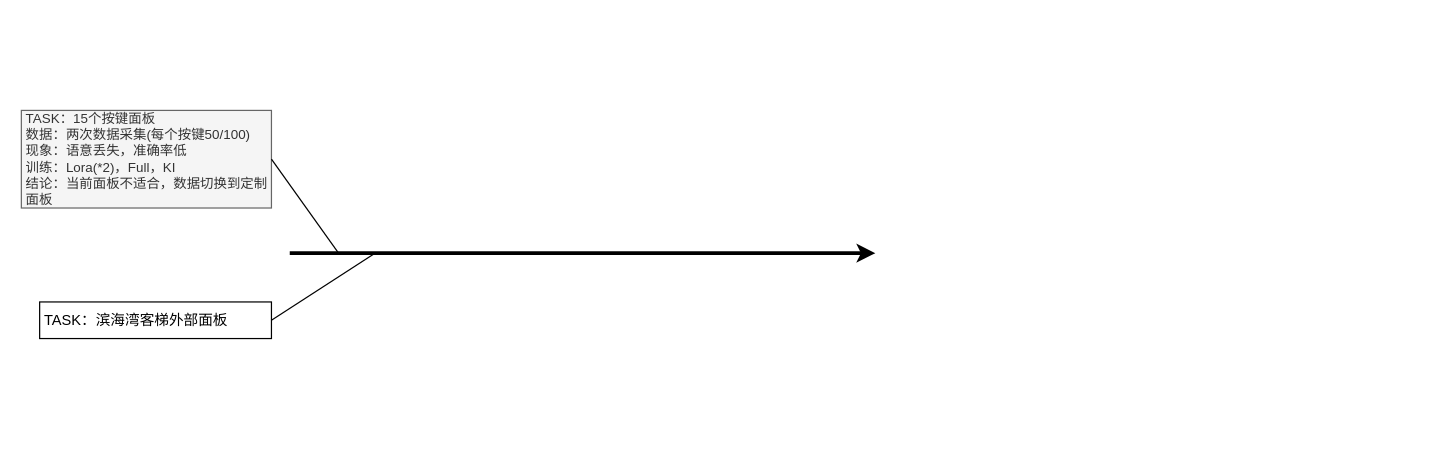
mailonghua/drawio keeps this draw.io diagram as LLM/VLA/VLA-电梯按键场景.drawio. Above is the earlier version. Source tidied: cells renumbered, new cells numbered last; positions are measured from the earlier drawing's top-left corner, leaving out a move shared by most shapes. Both pictures are drawn from the tidied source at 122%, with x=0, y=0 at pixel (21, 110).
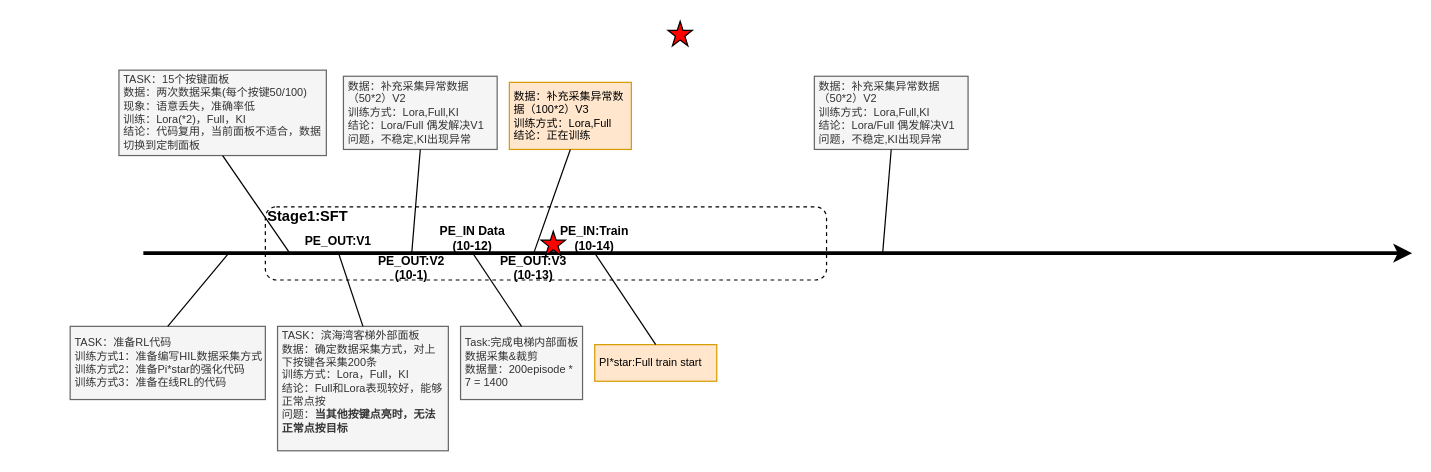
The same page after the edit.

Commit message (it also covers changes not shown here):
更新VLA-电梯按键场景.drawio

Diff of the diagram source:
```diff
@@
+    <mxCell id="7" style="rounded=1;whiteSpace=wrap;html=1;dashed=1;" parent="1" vertex="1">
+      <mxGeometry x="200" y="79" width="460" height="60" as="geometry" />
+    </mxCell>
     <mxCell id="2" style="endArrow=classic;html=1;rounded=0;curved=1;strokeWidth=3;" parent="1" edge="1">
       <mxGeometry relative="1" as="geometry">
-        <mxPoint x="220" y="117" as="sourcePoint" />
-        <mxPoint x="700" y="117" as="targetPoint" />
+        <mxPoint x="100" y="117" as="sourcePoint" />
+        <mxPoint x="1140" y="117" as="targetPoint" />
       </mxGeometry>
     </mxCell>
-    <mxCell id="3" value="TASK：滨海湾客梯外部面板" style="whiteSpace=wrap;html=1;rounded=0;arcSize=50;align=left;verticalAlign=middle;strokeWidth=1;spacing=4;newEdgeStyle={&quot;edgeStyle&quot;:&quot;entityRelationEdgeStyle&quot;,&quot;startArrow&quot;:&quot;none&quot;,&quot;endArrow&quot;:&quot;none&quot;,&quot;segment&quot;:10,&quot;curved&quot;:1,&quot;sourcePerimeterSpacing&quot;:0,&quot;targetPerimeterSpacing&quot;:0};" parent="1" vertex="1">
-      <mxGeometry x="15" y="157" width="190" height="30" as="geometry" />
+    <mxCell id="3" value="TASK：滨海湾客梯外部面板&lt;br&gt;数据：确定数据采集方式，对上下按键各采集200条&lt;br&gt;训练方式：Lora，Full，KI&lt;br&gt;结论：Full和Lora表现较好，能够正常点按&lt;br&gt;问题：&lt;b&gt;当其他按键点亮时，无法正常点按目标&lt;/b&gt;&lt;br&gt;&lt;div&gt;&lt;br&gt;&lt;/div&gt;" style="whiteSpace=wrap;html=1;rounded=0;arcSize=50;align=left;verticalAlign=middle;strokeWidth=1;spacing=4;newEdgeStyle={&quot;edgeStyle&quot;:&quot;entityRelationEdgeStyle&quot;,&quot;startArrow&quot;:&quot;none&quot;,&quot;endArrow&quot;:&quot;none&quot;,&quot;segment&quot;:10,&quot;curved&quot;:1,&quot;sourcePerimeterSpacing&quot;:0,&quot;targetPerimeterSpacing&quot;:0};fillColor=#f5f5f5;fontColor=#333333;strokeColor=#666666;fontSize=9;" parent="1" vertex="1">
+      <mxGeometry x="210" y="177" width="140" height="102" as="geometry" />
     </mxCell>
-    <mxCell id="4" style="startArrow=none;endArrow=none;segment=10;sourcePerimeterSpacing=0;targetPerimeterSpacing=0;rounded=0;entryX=1;entryY=0.5;entryDx=0;entryDy=0;" parent="1" edge="1" target="3">
+    <mxCell id="4" style="startArrow=none;endArrow=none;segment=10;sourcePerimeterSpacing=0;targetPerimeterSpacing=0;rounded=0;entryX=0.5;entryY=0;entryDx=0;entryDy=0;" parent="1" edge="1" target="3">
       <mxGeometry relative="1" as="geometry">
-        <mxPoint x="290" y="117" as="sourcePoint" />
+        <mxPoint x="260" y="117" as="sourcePoint" />
       </mxGeometry>
     </mxCell>
-    <mxCell id="5" value="TASK：15个按键面板&lt;br&gt;数据：两次数据采集(每个按键50/100)&lt;br&gt;现象：语意丢失，准确率低&lt;br&gt;训练：Lora(*2)，Full，KI&lt;br&gt;结论：当前面板不适合，数据切换到定制面板" style="whiteSpace=wrap;html=1;rounded=0;arcSize=50;align=left;verticalAlign=middle;strokeWidth=1;spacing=4;newEdgeStyle={&quot;edgeStyle&quot;:&quot;entityRelationEdgeStyle&quot;,&quot;startArrow&quot;:&quot;none&quot;,&quot;endArrow&quot;:&quot;none&quot;,&quot;segment&quot;:10,&quot;curved&quot;:1,&quot;sourcePerimeterSpacing&quot;:0,&quot;targetPerimeterSpacing&quot;:0};fontSize=11;fillColor=#f5f5f5;fontColor=#333333;strokeColor=#666666;" parent="1" vertex="1">
-      <mxGeometry width="205" height="80" as="geometry" />
+    <mxCell id="5" value="TASK：15个按键面板&lt;br&gt;数据：两次数据采集(每个按键50/100)&lt;br&gt;现象：语意丢失，准确率低&lt;br&gt;训练：Lora(*2)，Full，KI&lt;br&gt;结论：代码复用，当前面板不适合，数据切换到定制面板" style="whiteSpace=wrap;html=1;rounded=0;arcSize=50;align=left;verticalAlign=middle;strokeWidth=1;spacing=4;newEdgeStyle={&quot;edgeStyle&quot;:&quot;entityRelationEdgeStyle&quot;,&quot;startArrow&quot;:&quot;none&quot;,&quot;endArrow&quot;:&quot;none&quot;,&quot;segment&quot;:10,&quot;curved&quot;:1,&quot;sourcePerimeterSpacing&quot;:0,&quot;targetPerimeterSpacing&quot;:0};fontSize=9;fillColor=#f5f5f5;fontColor=#333333;strokeColor=#666666;" parent="1" vertex="1">
+      <mxGeometry x="80" y="-33" width="170" height="70" as="geometry" />
     </mxCell>
-    <mxCell id="6" style="startArrow=none;endArrow=none;segment=10;sourcePerimeterSpacing=0;targetPerimeterSpacing=0;rounded=0;entryX=1;entryY=0.5;entryDx=0;entryDy=0;" parent="1" edge="1" target="5">
+    <mxCell id="6" style="startArrow=none;endArrow=none;segment=10;sourcePerimeterSpacing=0;targetPerimeterSpacing=0;rounded=0;entryX=0.5;entryY=1;entryDx=0;entryDy=0;" parent="1" edge="1" target="5">
       <mxGeometry relative="1" as="geometry">
-        <mxPoint x="260" y="117" as="sourcePoint" />
+        <mxPoint x="220" y="117" as="sourcePoint" />
       </mxGeometry>
     </mxCell>
+    <mxCell id="8" value="TASK：准备RL代码&lt;br&gt;训练方式1：准备编写HIL数据采集方式&lt;br&gt;训练方式2：准备Pi*star的强化代码&lt;br&gt;训练方式3：准备在线RL的代码" style="whiteSpace=wrap;html=1;rounded=0;arcSize=50;align=left;verticalAlign=middle;strokeWidth=1;spacing=4;newEdgeStyle={&quot;edgeStyle&quot;:&quot;entityRelationEdgeStyle&quot;,&quot;startArrow&quot;:&quot;none&quot;,&quot;endArrow&quot;:&quot;none&quot;,&quot;segment&quot;:10,&quot;curved&quot;:1,&quot;sourcePerimeterSpacing&quot;:0,&quot;targetPerimeterSpacing&quot;:0};fillColor=#f5f5f5;fontColor=#333333;strokeColor=#666666;fontSize=9;" parent="1" vertex="1">
+      <mxGeometry x="40" y="177" width="160" height="60" as="geometry" />
+    </mxCell>
+    <mxCell id="9" style="startArrow=none;endArrow=none;segment=10;sourcePerimeterSpacing=0;targetPerimeterSpacing=0;rounded=0;entryX=0.5;entryY=0;entryDx=0;entryDy=0;" parent="1" edge="1" target="8">
+      <mxGeometry relative="1" as="geometry">
+        <mxPoint x="170" y="117" as="sourcePoint" />
+      </mxGeometry>
+    </mxCell>
+    <mxCell id="10" value="PE_OUT:V1" style="text;html=1;whiteSpace=wrap;strokeColor=none;fillColor=none;align=center;verticalAlign=middle;rounded=0;fontSize=10;fontStyle=1;" parent="1" vertex="1">
+      <mxGeometry x="230" y="97" width="60" height="20" as="geometry" />
+    </mxCell>
+    <mxCell id="11" value="数据：补充采集异常数据（50*2）V2&lt;br&gt;训练方式：Lora,Full,KI&lt;br&gt;结论：Lora/Full 偶发解决V1问题，不稳定,KI出现异常" style="whiteSpace=wrap;html=1;rounded=0;arcSize=50;align=left;verticalAlign=middle;strokeWidth=1;spacing=4;newEdgeStyle={&quot;edgeStyle&quot;:&quot;entityRelationEdgeStyle&quot;,&quot;startArrow&quot;:&quot;none&quot;,&quot;endArrow&quot;:&quot;none&quot;,&quot;segment&quot;:10,&quot;curved&quot;:1,&quot;sourcePerimeterSpacing&quot;:0,&quot;targetPerimeterSpacing&quot;:0};fontSize=9;fillColor=#f5f5f5;fontColor=#333333;strokeColor=#666666;" parent="1" vertex="1">
+      <mxGeometry x="264" y="-28" width="126" height="60" as="geometry" />
+    </mxCell>
+    <mxCell id="12" style="startArrow=none;endArrow=none;segment=10;sourcePerimeterSpacing=0;targetPerimeterSpacing=0;rounded=0;entryX=0.5;entryY=1;entryDx=0;entryDy=0;" parent="1" edge="1" target="11">
+      <mxGeometry relative="1" as="geometry">
+        <mxPoint x="320" y="117" as="sourcePoint" />
+      </mxGeometry>
+    </mxCell>
+    <mxCell id="13" value="PE_OUT:V2&lt;br&gt;(10-1)" style="text;html=1;whiteSpace=wrap;strokeColor=none;fillColor=none;align=center;verticalAlign=middle;rounded=0;fontSize=10;fontStyle=1;" parent="1" vertex="1">
+      <mxGeometry x="290" y="119" width="60" height="20" as="geometry" />
+    </mxCell>
+    <mxCell id="14" value="Task:完成电梯内部面板数据采集&amp;amp;裁剪&lt;br&gt;数据量：200episode * 7 = 1400&amp;nbsp;" style="whiteSpace=wrap;html=1;rounded=0;arcSize=50;align=left;verticalAlign=middle;strokeWidth=1;spacing=4;newEdgeStyle={&quot;edgeStyle&quot;:&quot;entityRelationEdgeStyle&quot;,&quot;startArrow&quot;:&quot;none&quot;,&quot;endArrow&quot;:&quot;none&quot;,&quot;segment&quot;:10,&quot;curved&quot;:1,&quot;sourcePerimeterSpacing&quot;:0,&quot;targetPerimeterSpacing&quot;:0};fillColor=#f5f5f5;fontColor=#333333;strokeColor=#666666;fontSize=9;" parent="1" vertex="1">
+      <mxGeometry x="360" y="177" width="100" height="60" as="geometry" />
+    </mxCell>
+    <mxCell id="15" style="startArrow=none;endArrow=none;segment=10;sourcePerimeterSpacing=0;targetPerimeterSpacing=0;rounded=0;entryX=0.5;entryY=0;entryDx=0;entryDy=0;" parent="1" edge="1" target="14">
+      <mxGeometry relative="1" as="geometry">
+        <mxPoint x="370" y="117" as="sourcePoint" />
+      </mxGeometry>
+    </mxCell>
+    <mxCell id="16" value="PE_IN Data&lt;br&gt;(10-12)" style="text;html=1;whiteSpace=wrap;strokeColor=none;fillColor=none;align=center;verticalAlign=middle;rounded=0;fontSize=10;fontStyle=1;" parent="1" vertex="1">
+      <mxGeometry x="340" y="95" width="60" height="20" as="geometry" />
+    </mxCell>
+    <mxCell id="17" value="数据：补充采集异常数据（100*2）V3&lt;br&gt;训练方式：Lora,Full&lt;br&gt;结论：正在训练" style="whiteSpace=wrap;html=1;rounded=0;arcSize=50;align=left;verticalAlign=middle;strokeWidth=1;spacing=4;newEdgeStyle={&quot;edgeStyle&quot;:&quot;entityRelationEdgeStyle&quot;,&quot;startArrow&quot;:&quot;none&quot;,&quot;endArrow&quot;:&quot;none&quot;,&quot;segment&quot;:10,&quot;curved&quot;:1,&quot;sourcePerimeterSpacing&quot;:0,&quot;targetPerimeterSpacing&quot;:0};fontSize=9;fillColor=#ffe6cc;strokeColor=#d79b00;" parent="1" vertex="1">
+      <mxGeometry x="400" y="-23" width="100" height="55" as="geometry" />
+    </mxCell>
+    <mxCell id="18" style="startArrow=none;endArrow=none;segment=10;sourcePerimeterSpacing=0;targetPerimeterSpacing=0;rounded=0;entryX=0.5;entryY=1;entryDx=0;entryDy=0;" parent="1" edge="1" target="17">
+      <mxGeometry relative="1" as="geometry">
+        <mxPoint x="420" y="117" as="sourcePoint" />
+      </mxGeometry>
+    </mxCell>
+    <mxCell id="19" value="PE_OUT:V3&lt;br&gt;(10-13)" style="text;html=1;whiteSpace=wrap;strokeColor=none;fillColor=none;align=center;verticalAlign=middle;rounded=0;fontSize=10;fontStyle=1;" parent="1" vertex="1">
+      <mxGeometry x="390" y="119" width="60" height="20" as="geometry" />
+    </mxCell>
+    <mxCell id="20" value="PI*star:Full train start" style="whiteSpace=wrap;html=1;rounded=0;arcSize=50;align=left;verticalAlign=middle;strokeWidth=1;spacing=4;newEdgeStyle={&quot;edgeStyle&quot;:&quot;entityRelationEdgeStyle&quot;,&quot;startArrow&quot;:&quot;none&quot;,&quot;endArrow&quot;:&quot;none&quot;,&quot;segment&quot;:10,&quot;curved&quot;:1,&quot;sourcePerimeterSpacing&quot;:0,&quot;targetPerimeterSpacing&quot;:0};fillColor=#ffe6cc;strokeColor=#d79b00;fontSize=9;" parent="1" vertex="1">
+      <mxGeometry x="470" y="192" width="100" height="30" as="geometry" />
+    </mxCell>
+    <mxCell id="21" style="startArrow=none;endArrow=none;segment=10;sourcePerimeterSpacing=0;targetPerimeterSpacing=0;rounded=0;entryX=0.5;entryY=0;entryDx=0;entryDy=0;" parent="1" edge="1" target="20">
+      <mxGeometry relative="1" as="geometry">
+        <mxPoint x="470" y="117" as="sourcePoint" />
+      </mxGeometry>
+    </mxCell>
+    <mxCell id="22" value="PE_IN:Train&lt;br&gt;(10-14)" style="text;html=1;whiteSpace=wrap;strokeColor=none;fillColor=none;align=center;verticalAlign=middle;rounded=0;fontSize=10;fontStyle=1;" parent="1" vertex="1">
+      <mxGeometry x="440" y="95" width="60" height="20" as="geometry" />
+    </mxCell>
+    <mxCell id="23" style="verticalLabelPosition=bottom;verticalAlign=top;html=1;shape=mxgraph.basic.star;fillColor=#FF0000;" parent="1" vertex="1">
+      <mxGeometry x="530" y="-73" width="20" height="20" as="geometry" />
+    </mxCell>
+    <mxCell id="24" style="verticalLabelPosition=bottom;verticalAlign=top;html=1;shape=mxgraph.basic.star;fillColor=#FF0000;" parent="1" vertex="1">
+      <mxGeometry x="426" y="99" width="20" height="20" as="geometry" />
+    </mxCell>
+    <mxCell id="25" value="数据：补充采集异常数据（50*2）V2&lt;br&gt;训练方式：Lora,Full,KI&lt;br&gt;结论：Lora/Full 偶发解决V1问题，不稳定,KI出现异常" style="whiteSpace=wrap;html=1;rounded=0;arcSize=50;align=left;verticalAlign=middle;strokeWidth=1;spacing=4;newEdgeStyle={&quot;edgeStyle&quot;:&quot;entityRelationEdgeStyle&quot;,&quot;startArrow&quot;:&quot;none&quot;,&quot;endArrow&quot;:&quot;none&quot;,&quot;segment&quot;:10,&quot;curved&quot;:1,&quot;sourcePerimeterSpacing&quot;:0,&quot;targetPerimeterSpacing&quot;:0};fontSize=9;fillColor=#f5f5f5;fontColor=#333333;strokeColor=#666666;" parent="1" vertex="1">
+      <mxGeometry x="650" y="-28" width="126" height="60" as="geometry" />
+    </mxCell>
+    <mxCell id="26" style="startArrow=none;endArrow=none;segment=10;sourcePerimeterSpacing=0;targetPerimeterSpacing=0;rounded=0;entryX=0.5;entryY=1;entryDx=0;entryDy=0;" parent="1" edge="1" target="25">
+      <mxGeometry relative="1" as="geometry">
+        <mxPoint x="706" y="117" as="sourcePoint" />
+      </mxGeometry>
+    </mxCell>
+    <mxCell id="27" value="Stage1:SFT" style="text;html=1;whiteSpace=wrap;strokeColor=none;fillColor=none;align=center;verticalAlign=middle;rounded=0;fontStyle=1;" parent="1" vertex="1">
+      <mxGeometry x="200" y="77" width="70" height="20" as="geometry" />
+    </mxCell>
```
